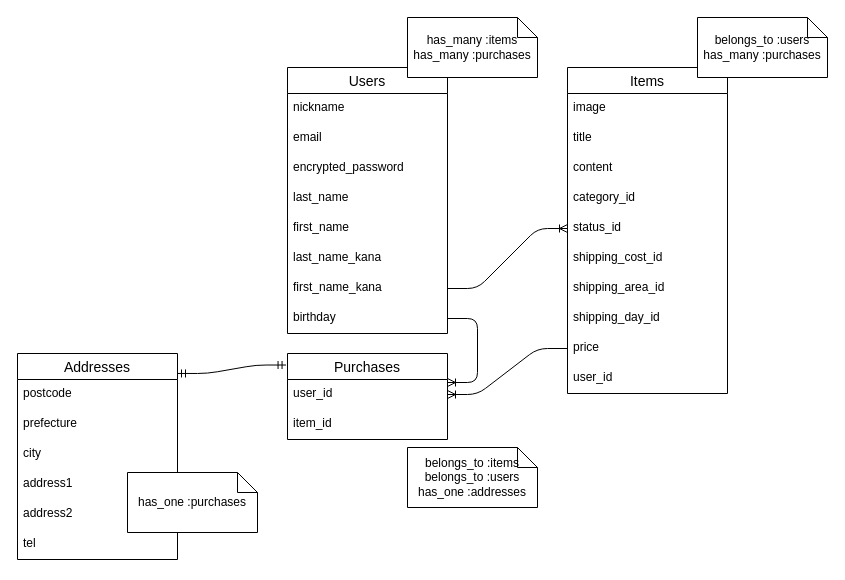
This is er.dio from Allisonna/furima-40530, a draw.io file, before an edit. Source tidied: cells renumbered, new cells numbered last; positions are measured from the earlier drawing's top-left corner, leaving out a move shared by most shapes. Both pictures are drawn from the tidied source at 100%, with x=0, y=0 at pixel (17, 17).
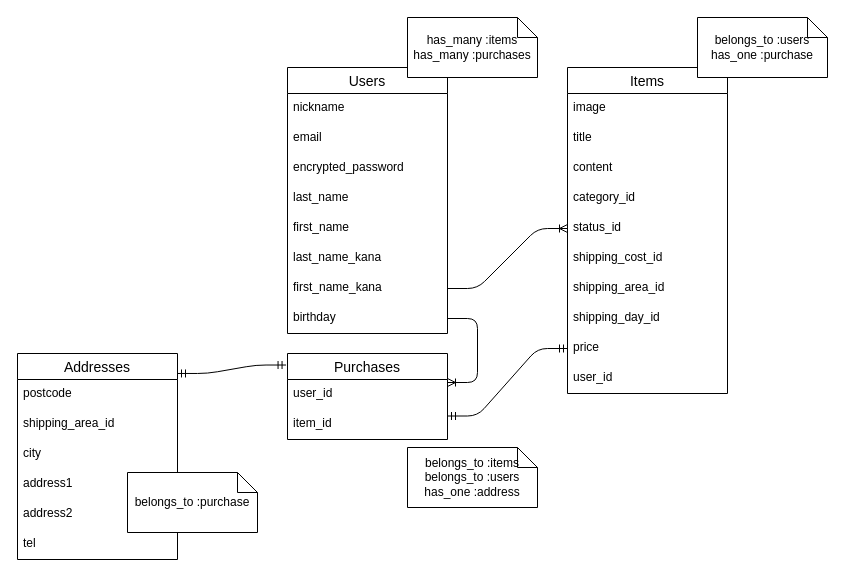
The same diagram, later.

Commit message (it also covers changes not shown here):
ER図とREADMEの修正４

The change refers to these unchanged cells:
```xml
<mxCell id="20" value="price" style="text;strokeColor=none;fillColor=none;spacingLeft=4;spacingRight=4;overflow=hidden;points=[[0,0.5],[1,0.5]];portConstraint=eastwest;fontSize=12;" parent="11" vertex="1">
  <mxGeometry y="266" width="160" height="30" as="geometry" />
</mxCell>
<mxCell id="23" value="user_id" style="text;strokeColor=none;fillColor=none;spacingLeft=4;spacingRight=4;overflow=hidden;points=[[0,0.5],[1,0.5]];portConstraint=eastwest;fontSize=12;" parent="22" vertex="1">
  <mxGeometry y="26" width="160" height="30" as="geometry" />
</mxCell>
<mxCell id="27" value="Addresses" style="swimlane;fontStyle=0;horizontal=1;startSize=26;align=center;fontSize=14;" parent="1" vertex="1">
  <mxGeometry y="336" width="160" height="206" as="geometry" />
</mxCell>
```

Change to the diagram source:
```diff
@@
-    <mxCell id="29" value="prefecture" style="text;strokeColor=none;fillColor=none;spacingLeft=4;spacingRight=4;overflow=hidden;fontSize=12;" parent="27" vertex="1">
+    <mxCell id="29" value="shipping_area_id" style="text;strokeColor=none;fillColor=none;spacingLeft=4;spacingRight=4;overflow=hidden;fontSize=12;" parent="27" vertex="1">
       <mxGeometry y="56" width="160" height="30" as="geometry" />
     </mxCell>
@@
-    <mxCell id="35" value="belongs_to :users&lt;br&gt;has_many :purchases" style="shape=note;size=20;whiteSpace=wrap;html=1;" parent="1" vertex="1">
+    <mxCell id="35" value="belongs_to :users&lt;br&gt;has_one :purchase" style="shape=note;size=20;whiteSpace=wrap;html=1;" parent="1" vertex="1">
       <mxGeometry x="680" width="130" height="60" as="geometry" />
     </mxCell>
-    <mxCell id="36" style="edgeStyle=entityRelationEdgeStyle;fontSize=12;html=1;endArrow=ERoneToMany;exitX=0;exitY=0.5;exitDx=0;exitDy=0;entryX=1;entryY=0.5;entryDx=0;entryDy=0;" parent="1" edge="1" source="20" target="23">
-      <mxGeometry relative="1" as="geometry" />
-    </mxCell>
-    <mxCell id="37" value="belongs_to :items&lt;br&gt;belongs_to :users&lt;br&gt;has_one :addresses" style="shape=note;size=20;whiteSpace=wrap;html=1;" parent="1" vertex="1">
+    <mxCell id="37" value="belongs_to :items&lt;br&gt;belongs_to :users&lt;br&gt;has_one :address" style="shape=note;size=20;whiteSpace=wrap;html=1;" parent="1" vertex="1">
       <mxGeometry x="390" y="430" width="130" height="60" as="geometry" />
     </mxCell>
@@
-    <mxCell id="39" value="has_one :purchases" style="shape=note;size=20;whiteSpace=wrap;html=1;" parent="1" vertex="1">
+    <mxCell id="39" value="belongs_to :purchase" style="shape=note;size=20;whiteSpace=wrap;html=1;" parent="1" vertex="1">
       <mxGeometry x="110" y="455" width="130" height="60" as="geometry" />
     </mxCell>
+    <mxCell id="40" style="edgeStyle=entityRelationEdgeStyle;fontSize=12;html=1;endArrow=ERmandOne;startArrow=ERmandOne;exitX=1;exitY=0.097;exitDx=0;exitDy=0;exitPerimeter=0;entryX=0;entryY=0.5;entryDx=0;entryDy=0;" parent="1" edge="1" target="20">
+      <mxGeometry relative="1" as="geometry">
+        <mxPoint x="430" y="398.5" as="sourcePoint" />
+      </mxGeometry>
+    </mxCell>
```
